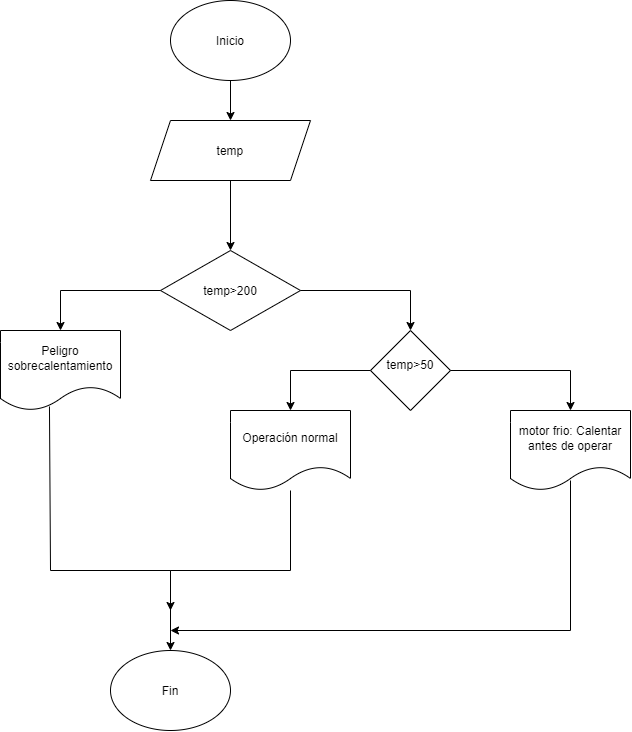
Above: diagramademotor.png in Sofia2412-svg/IsabelSofiaRojasGeney_Unidad2 (draw.io), before the change. Source tidied: cells renumbered, new cells last; positions are measured from the earlier drawing's top-left corner, leaving out a move shared by most shapes.
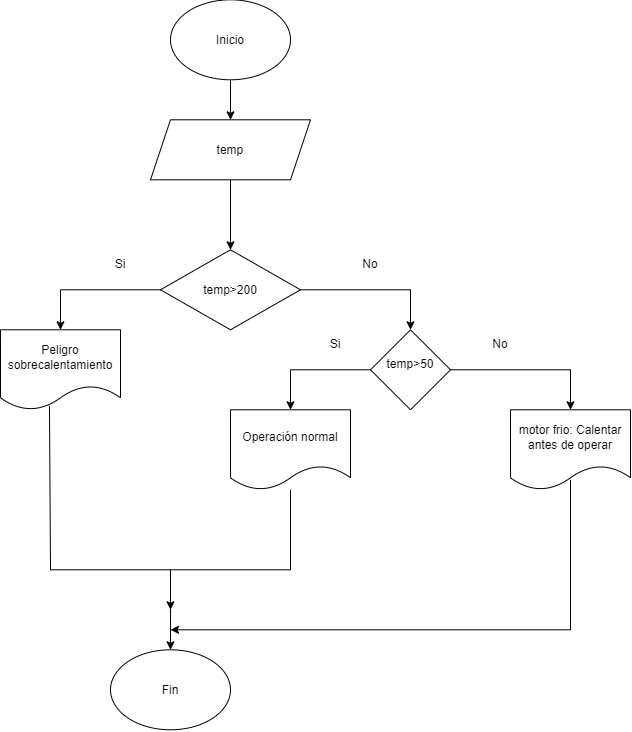
Above is the later version.

Change to the diagram source:
```diff
@@ -92,5 +92,17 @@
     <mxCell id="18" value="Fin" style="ellipse;whiteSpace=wrap;html=1;shapeInside=1;" parent="1" vertex="1">
       <mxGeometry x="110" y="650" width="120" height="80" as="geometry" />
     </mxCell>
+    <mxCell id="19" value="Si" style="text;html=1;whiteSpace=wrap;strokeColor=none;fillColor=none;align=center;verticalAlign=middle;rounded=0;" parent="1" vertex="1">
+      <mxGeometry x="90" y="250" width="60" height="30" as="geometry" />
+    </mxCell>
+    <mxCell id="20" value="Si" style="text;html=1;whiteSpace=wrap;strokeColor=none;fillColor=none;align=center;verticalAlign=middle;rounded=0;" parent="1" vertex="1">
+      <mxGeometry x="305" y="330" width="60" height="30" as="geometry" />
+    </mxCell>
+    <mxCell id="21" value="No" style="text;html=1;whiteSpace=wrap;strokeColor=none;fillColor=none;align=center;verticalAlign=middle;rounded=0;" parent="1" vertex="1">
+      <mxGeometry x="340" y="250" width="60" height="30" as="geometry" />
+    </mxCell>
+    <mxCell id="22" value="No" style="text;html=1;whiteSpace=wrap;strokeColor=none;fillColor=none;align=center;verticalAlign=middle;rounded=0;" parent="1" vertex="1">
+      <mxGeometry x="470" y="330" width="60" height="30" as="geometry" />
+    </mxCell>
   </root>
 </mxGraphModel>
```
